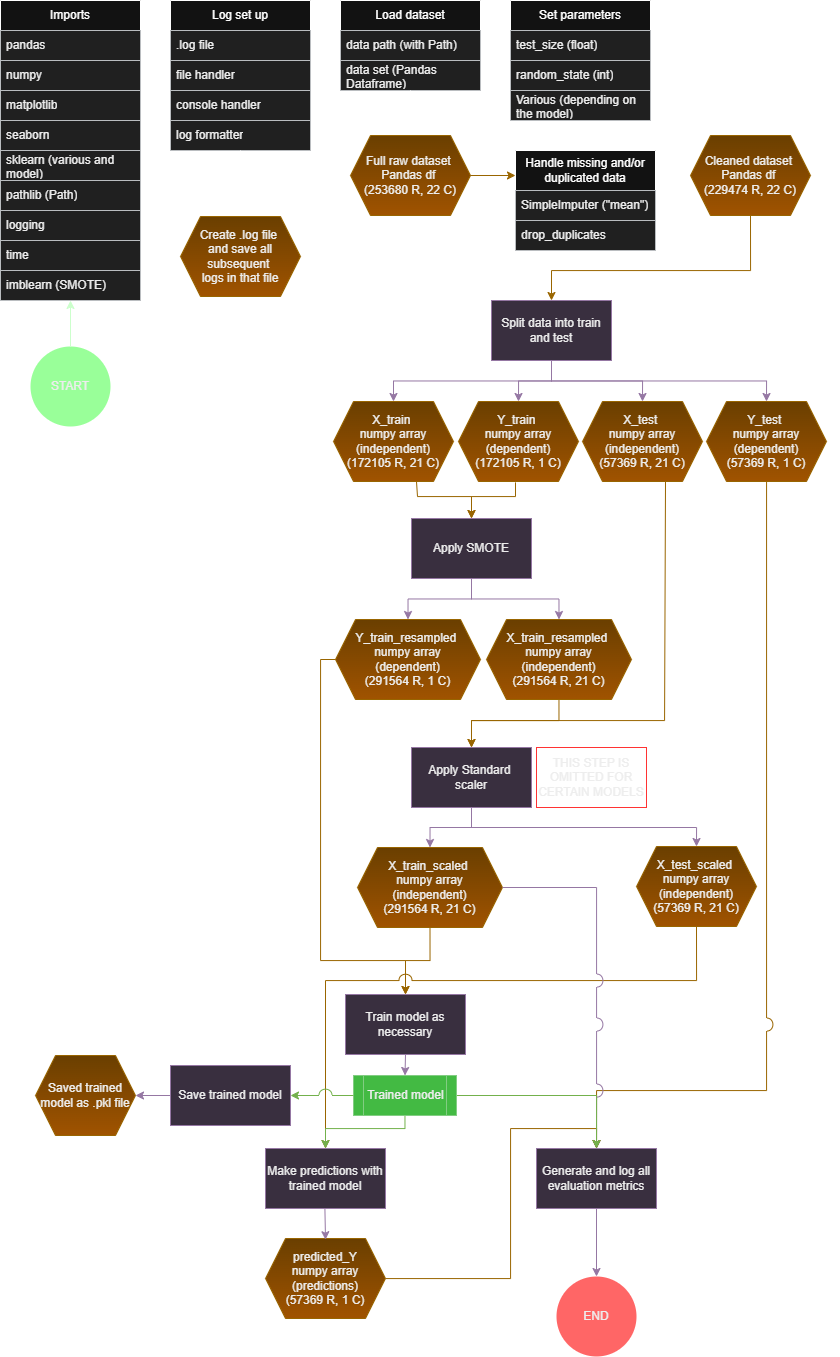
This is diagrams_and_pictures/workflow/scripts_general_flow.png from Rouxxel/thesis-bachelor, a draw.io export, as it was before one commit. Source tidied: cells renumbered, new cells last; positions are measured from the earlier drawing's top-left corner, leaving out a move shared by most shapes.
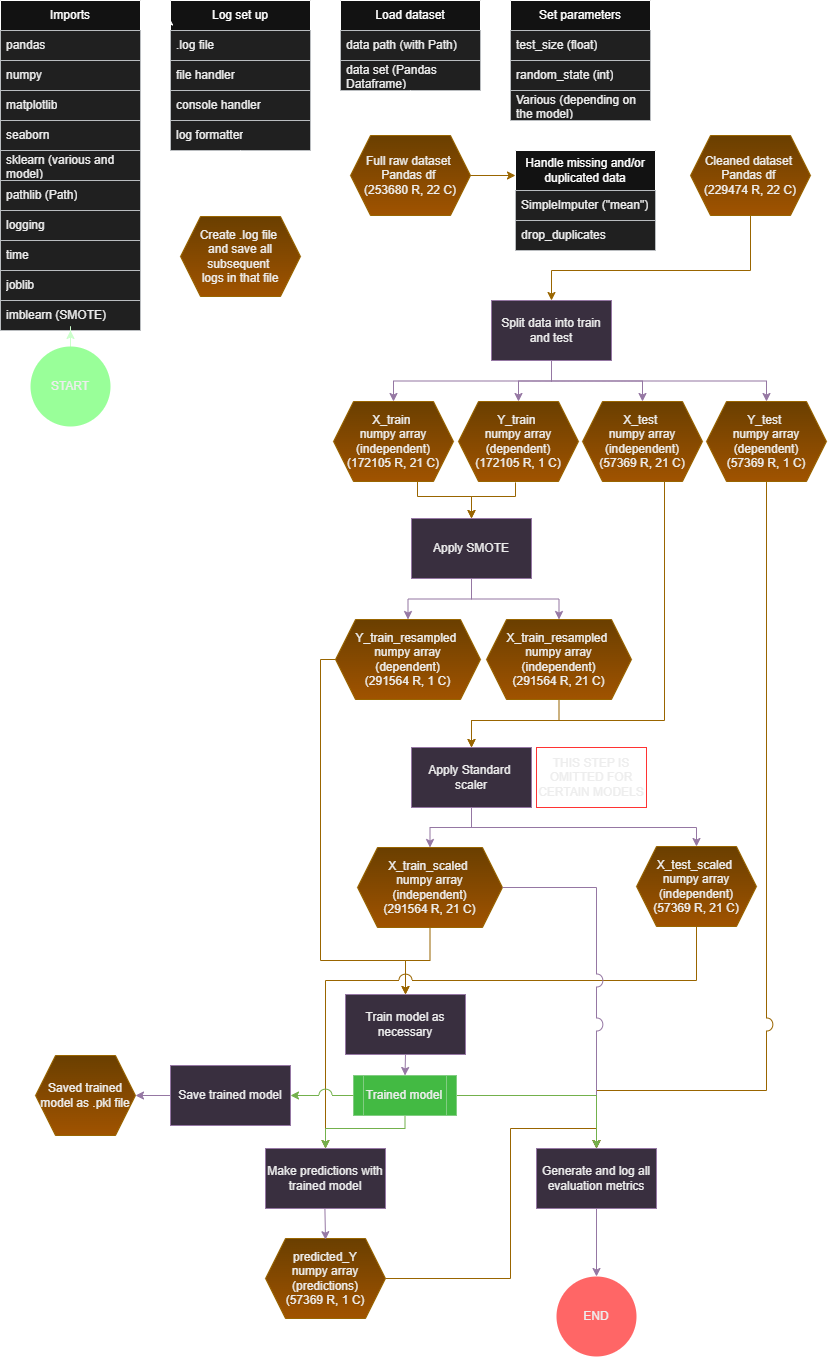
The same file after the commit.

The edit, as a diff of the source:
```diff
@@ -44,7 +44,7 @@
       <mxGeometry x="536" y="1148" width="120" height="60" as="geometry" />
     </mxCell>
     <mxCell id="14" value="Imports" style="swimlane;fontStyle=0;horizontal=1;startSize=30;whiteSpace=wrap;html=1;" parent="1" vertex="1">
-      <mxGeometry width="140" height="300" as="geometry" />
+      <mxGeometry width="140" height="330" as="geometry" />
     </mxCell>
     <mxCell id="15" value="pandas" style="text;strokeColor=#36393d;fillColor=#eeeeee;align=left;verticalAlign=middle;spacingLeft=4;spacingRight=4;overflow=hidden;whiteSpace=wrap;html=1;fontColor=#000000;" parent="14" vertex="1">
       <mxGeometry y="30" width="140" height="30" as="geometry" />
@@ -70,8 +70,11 @@
     <mxCell id="22" value="time" style="text;strokeColor=#36393d;fillColor=#eeeeee;align=left;verticalAlign=middle;spacingLeft=4;spacingRight=4;overflow=hidden;whiteSpace=wrap;html=1;fontColor=#000000;" parent="14" vertex="1">
       <mxGeometry y="240" width="140" height="30" as="geometry" />
     </mxCell>
+    <mxCell id="86" value="joblib" style="text;strokeColor=#36393d;fillColor=#eeeeee;align=left;verticalAlign=middle;spacingLeft=4;spacingRight=4;overflow=hidden;whiteSpace=wrap;html=1;fontColor=#000000;" parent="14" vertex="1">
+      <mxGeometry y="270" width="140" height="30" as="geometry" />
+    </mxCell>
     <mxCell id="23" value="imblearn (SMOTE)" style="text;strokeColor=#36393d;fillColor=#eeeeee;align=left;verticalAlign=middle;spacingLeft=4;spacingRight=4;overflow=hidden;whiteSpace=wrap;html=1;fontColor=#000000;" parent="14" vertex="1">
-      <mxGeometry y="270" width="140" height="30" as="geometry" />
+      <mxGeometry y="300" width="140" height="30" as="geometry" />
     </mxCell>
     <mxCell id="24" value="Log set up" style="swimlane;fontStyle=0;horizontal=1;startSize=30;whiteSpace=wrap;html=1;" parent="1" vertex="1">
       <mxGeometry x="170" width="140" height="150" as="geometry" />
```
